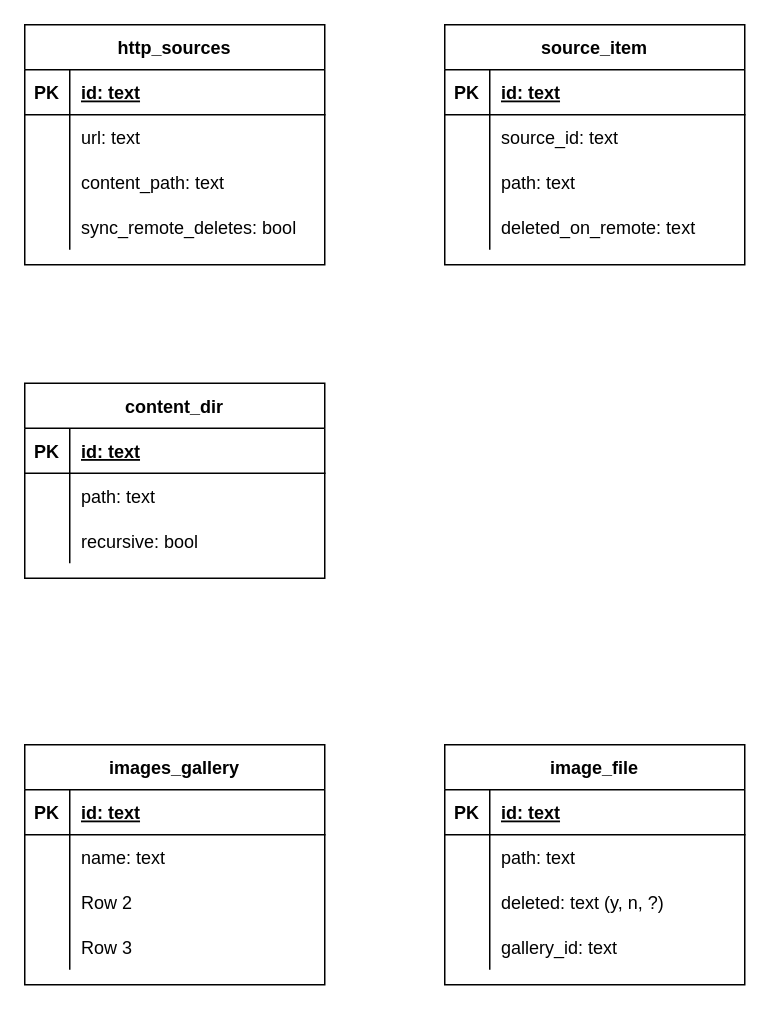
The draw.io diagram docs/DB Schema.drawio in giobyte8/galleries, before the edit. Source tidied: cells renumbered, new cells numbered last; positions are measured from the earlier drawing's top-left corner, leaving out a move shared by most shapes. Both pictures are drawn from the tidied source at 150%, with x=0, y=0 at pixel (24, 24).
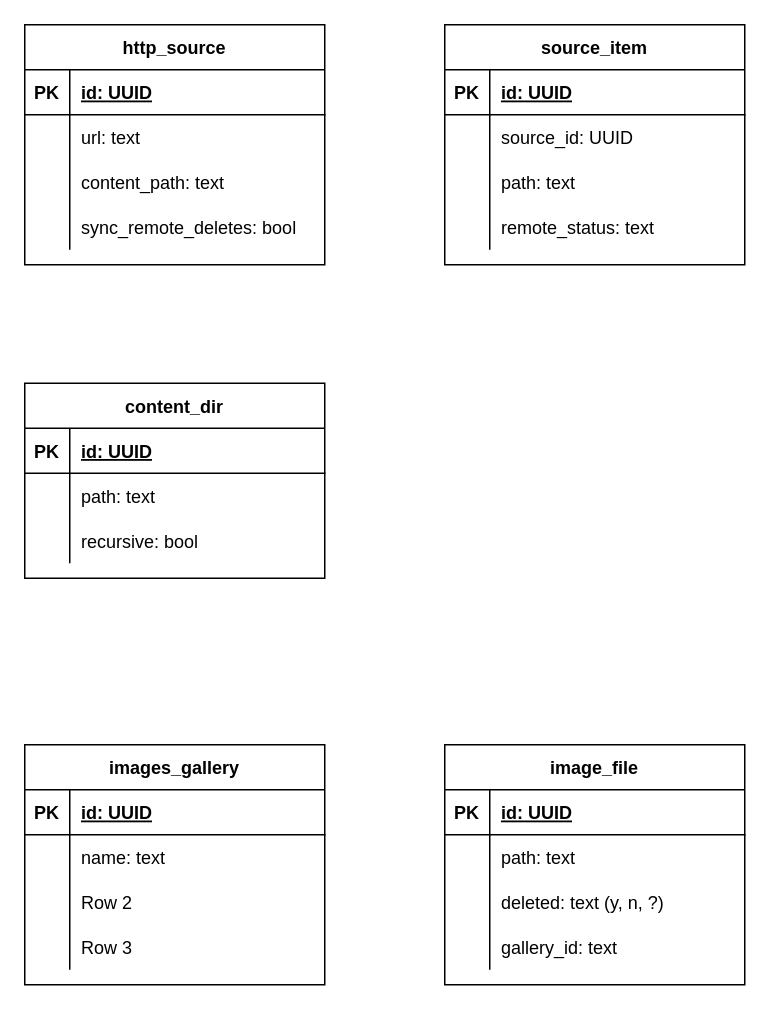
The same page after the edit.

The change refers to these unchanged cells:
```xml
<mxCell id="3" style="shape=tableRow;horizontal=0;startSize=0;swimlaneHead=0;swimlaneBody=0;fillColor=none;top=0;left=0;right=0;bottom=1;" parent="2" vertex="1">
  <mxGeometry y="30" width="200" height="30" as="geometry" />
</mxCell>
<mxCell id="16" style="shape=tableRow;horizontal=0;startSize=0;swimlaneHead=0;swimlaneBody=0;fillColor=none;top=0;left=0;right=0;bottom=1;" parent="15" vertex="1">
  <mxGeometry y="30" width="200" height="30" as="geometry" />
</mxCell>
<mxCell id="19" style="shape=tableRow;horizontal=0;startSize=0;swimlaneHead=0;swimlaneBody=0;fillColor=none;top=0;left=0;right=0;bottom=0;" parent="15" vertex="1">
  <mxGeometry y="60" width="200" height="30" as="geometry" />
</mxCell>
<mxCell id="25" style="shape=tableRow;horizontal=0;startSize=0;swimlaneHead=0;swimlaneBody=0;fillColor=none;top=0;left=0;right=0;bottom=0;" parent="15" vertex="1">
  <mxGeometry y="120" width="200" height="30" as="geometry" />
</mxCell>
<mxCell id="29" style="shape=tableRow;horizontal=0;startSize=0;swimlaneHead=0;swimlaneBody=0;fillColor=none;top=0;left=0;right=0;bottom=1;" parent="28" vertex="1">
  <mxGeometry y="30" width="200" height="30" as="geometry" />
</mxCell>
<mxCell id="39" style="shape=tableRow;horizontal=0;startSize=0;swimlaneHead=0;swimlaneBody=0;fillColor=none;top=0;left=0;right=0;bottom=1;" parent="38" vertex="1">
  <mxGeometry y="30" width="200" height="30" as="geometry" />
</mxCell>
<mxCell id="52" style="shape=tableRow;horizontal=0;startSize=0;swimlaneHead=0;swimlaneBody=0;fillColor=none;top=0;left=0;right=0;bottom=1;" parent="51" vertex="1">
  <mxGeometry y="30" width="200" height="30" as="geometry" />
</mxCell>
```

The edit, as a diff of the source:
```diff
@@
-    <mxCell id="2" value="http_sources" style="shape=table;startSize=30;childLayout=tableLayout;rowLines=0;fontStyle=1;align=center;" parent="1" vertex="1">
+    <mxCell id="2" value="http_source" style="shape=table;startSize=30;childLayout=tableLayout;rowLines=0;fontStyle=1;align=center;" parent="1" vertex="1">
       <mxGeometry width="200" height="160" as="geometry" />
     </mxCell>
@@
-    <mxCell id="5" value="id: text" style="shape=partialRectangle;fillColor=none;top=0;left=0;bottom=0;right=0;align=left;spacingLeft=6;fontStyle=5;overflow=hidden;" parent="3" vertex="1">
+    <mxCell id="5" value="id: UUID" style="shape=partialRectangle;fillColor=none;top=0;left=0;bottom=0;right=0;align=left;spacingLeft=6;fontStyle=5;overflow=hidden;" parent="3" vertex="1">
       <mxGeometry x="30" width="170" height="30" as="geometry" />
     </mxCell>
@@
-    <mxCell id="18" value="id: text" style="shape=partialRectangle;fillColor=none;top=0;left=0;bottom=0;right=0;align=left;spacingLeft=6;fontStyle=5;overflow=hidden;" parent="16" vertex="1">
+    <mxCell id="18" value="id: UUID" style="shape=partialRectangle;fillColor=none;top=0;left=0;bottom=0;right=0;align=left;spacingLeft=6;fontStyle=5;overflow=hidden;" parent="16" vertex="1">
       <mxGeometry x="30" width="170" height="30" as="geometry" />
     </mxCell>
@@
-    <mxCell id="21" value="source_id: text" style="shape=partialRectangle;fillColor=none;top=0;left=0;bottom=0;right=0;align=left;spacingLeft=6;overflow=hidden;" parent="19" vertex="1">
+    <mxCell id="21" value="source_id: UUID" style="shape=partialRectangle;fillColor=none;top=0;left=0;bottom=0;right=0;align=left;spacingLeft=6;overflow=hidden;" parent="19" vertex="1">
       <mxGeometry x="30" width="170" height="30" as="geometry" />
     </mxCell>
@@
-    <mxCell id="27" value="deleted_on_remote: text" style="shape=partialRectangle;fillColor=none;top=0;left=0;bottom=0;right=0;align=left;spacingLeft=6;overflow=hidden;" parent="25" vertex="1">
+    <mxCell id="27" value="remote_status: text" style="shape=partialRectangle;fillColor=none;top=0;left=0;bottom=0;right=0;align=left;spacingLeft=6;overflow=hidden;" parent="25" vertex="1">
       <mxGeometry x="30" width="170" height="30" as="geometry" />
     </mxCell>
@@
-    <mxCell id="31" value="id: text" style="shape=partialRectangle;fillColor=none;top=0;left=0;bottom=0;right=0;align=left;spacingLeft=6;fontStyle=5;overflow=hidden;" parent="29" vertex="1">
+    <mxCell id="31" value="id: UUID" style="shape=partialRectangle;fillColor=none;top=0;left=0;bottom=0;right=0;align=left;spacingLeft=6;fontStyle=5;overflow=hidden;" parent="29" vertex="1">
       <mxGeometry x="30" width="170" height="30" as="geometry" />
     </mxCell>
@@
-    <mxCell id="41" value="id: text" style="shape=partialRectangle;fillColor=none;top=0;left=0;bottom=0;right=0;align=left;spacingLeft=6;fontStyle=5;overflow=hidden;" parent="39" vertex="1">
+    <mxCell id="41" value="id: UUID" style="shape=partialRectangle;fillColor=none;top=0;left=0;bottom=0;right=0;align=left;spacingLeft=6;fontStyle=5;overflow=hidden;" parent="39" vertex="1">
       <mxGeometry x="30" width="170" height="30" as="geometry" />
     </mxCell>
@@
-    <mxCell id="54" value="id: text" style="shape=partialRectangle;fillColor=none;top=0;left=0;bottom=0;right=0;align=left;spacingLeft=6;fontStyle=5;overflow=hidden;" parent="52" vertex="1">
+    <mxCell id="54" value="id: UUID" style="shape=partialRectangle;fillColor=none;top=0;left=0;bottom=0;right=0;align=left;spacingLeft=6;fontStyle=5;overflow=hidden;" parent="52" vertex="1">
       <mxGeometry x="30" width="170" height="30" as="geometry" />
     </mxCell>
```
